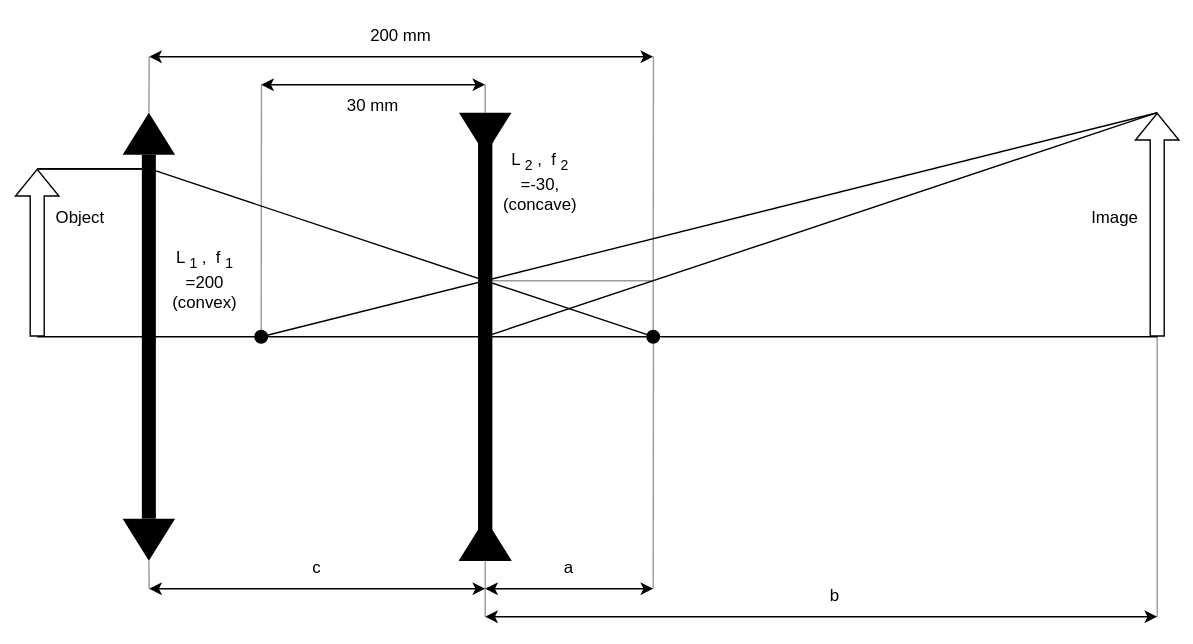
Earlier version of the draw.io export docs/source/images/lenses_diagram.svg (nbaehler/mask-designer). Source tidied: cells renumbered, new cells last; positions are measured from the earlier drawing's top-left corner, leaving out a move shared by most shapes.
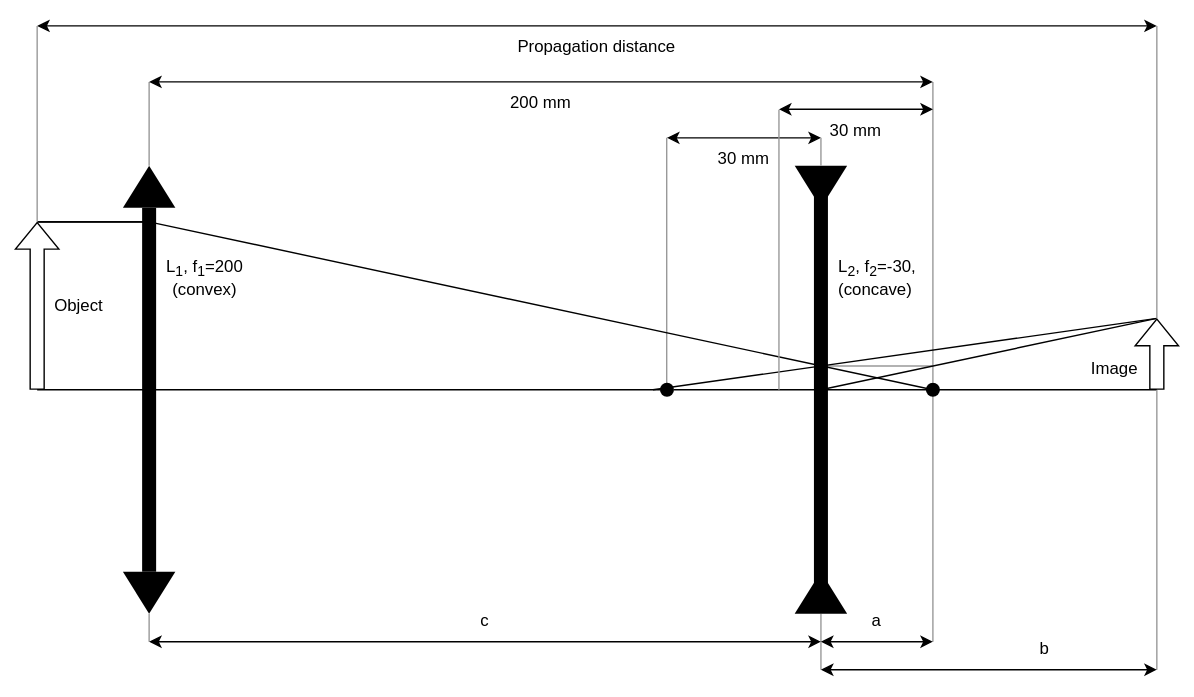
The same diagram one commit later.

Diff of the diagram source:
```diff
@@ -2,10 +2,9 @@
   <root>
     <mxCell id="0" />
     <mxCell id="1" parent="0" />
-    <mxCell id="2" style="endArrow=none;html=1;rounded=0;" parent="1" edge="1">
+    <mxCell id="2" style="endArrow=none;html=1;rounded=0;startArrow=none;" parent="1" edge="1" source="43">
       <mxGeometry relative="1" as="geometry">
-        <mxPoint y="230" as="sourcePoint" />
-        <mxPoint x="435" y="230" as="targetPoint" />
+        <mxPoint x="800" y="230" as="targetPoint" />
       </mxGeometry>
     </mxCell>
     <mxCell id="3" style="shape=flexArrow;endArrow=classic;html=1;rounded=0;" parent="1" edge="1">
@@ -14,9 +13,6 @@
         <mxPoint y="110" as="targetPoint" />
       </mxGeometry>
     </mxCell>
-    <mxCell id="4" style="triangle;whiteSpace=wrap;html=1;direction=north;strokeColor=none;fillColor=#000000;" parent="1" vertex="1">
-      <mxGeometry x="301.2" y="360" width="37.5" height="30" as="geometry" />
-    </mxCell>
     <mxCell id="5" style="endArrow=none;html=1;rounded=0;" parent="1" edge="1">
       <mxGeometry relative="1" as="geometry">
         <mxPoint y="110" as="sourcePoint" />
@@ -25,52 +21,42 @@
     </mxCell>
     <mxCell id="6" style="endArrow=none;html=1;rounded=0;strokeColor=#999999;" parent="1" edge="1">
       <mxGeometry relative="1" as="geometry">
-        <mxPoint x="320" y="190" as="sourcePoint" />
-        <mxPoint x="440" y="190" as="targetPoint" />
+        <mxPoint x="560" y="213" as="sourcePoint" />
+        <mxPoint x="640" y="213" as="targetPoint" />
       </mxGeometry>
     </mxCell>
-    <mxCell id="7" style="endArrow=none;html=1;rounded=0;strokeColor=#999999;" parent="1" edge="1">
-      <mxGeometry relative="1" as="geometry">
-        <mxPoint x="440" y="230" as="sourcePoint" />
-        <mxPoint x="440" y="190" as="targetPoint" />
-      </mxGeometry>
-    </mxCell>
-    <mxCell id="8" style="rounded=0;whiteSpace=wrap;html=1;strokeColor=none;fillColor=#000000;" parent="1" vertex="1">
-      <mxGeometry x="315" y="90" width="10" height="280" as="geometry" />
-    </mxCell>
     <mxCell id="9" value="&lt;div&gt;L&lt;sub&gt;1&lt;/sub&gt;,&amp;nbsp;&lt;span&gt;f&lt;/span&gt;&lt;sub&gt;1&lt;/sub&gt;&lt;span&gt;=200&lt;/span&gt;&lt;/div&gt;&lt;div&gt;&lt;span&gt;(convex)&lt;/span&gt;&lt;/div&gt;" style="text;html=1;strokeColor=none;fillColor=none;align=center;verticalAlign=middle;whiteSpace=wrap;rounded=0;" parent="1" vertex="1">
-      <mxGeometry x="84.8" y="160" width="70" height="60" as="geometry" />
+      <mxGeometry x="85" y="70" width="70" height="160" as="geometry" />
     </mxCell>
-    <mxCell id="10" value="&lt;div&gt;L&lt;sub&gt;2&lt;/sub&gt;,&amp;nbsp;&lt;span&gt;f&lt;/span&gt;&lt;sub&gt;2&lt;/sub&gt;&lt;span&gt;=-75,&lt;/span&gt;&lt;/div&gt;&lt;div align=&quot;left&quot;&gt;&lt;span style=&quot;text-align: center&quot;&gt;(concave)&lt;/span&gt;&lt;/div&gt;" style="text;html=1;strokeColor=none;fillColor=none;align=center;verticalAlign=middle;whiteSpace=wrap;rounded=0;" parent="1" vertex="1">
-      <mxGeometry x="325" y="90" width="69" height="60" as="geometry" />
+    <mxCell id="10" value="&lt;div&gt;L&lt;sub&gt;2&lt;/sub&gt;,&amp;nbsp;&lt;span&gt;f&lt;/span&gt;&lt;sub&gt;2&lt;/sub&gt;&lt;span&gt;=-30,&lt;/span&gt;&lt;/div&gt;&lt;div align=&quot;left&quot;&gt;&lt;span style=&quot;text-align: center&quot;&gt;(concave)&lt;/span&gt;&lt;/div&gt;" style="text;html=1;strokeColor=none;fillColor=none;align=center;verticalAlign=middle;whiteSpace=wrap;rounded=0;" parent="1" vertex="1">
+      <mxGeometry x="565.5" y="70" width="69" height="160" as="geometry" />
     </mxCell>
     <mxCell id="11" value="200&amp;nbsp;mm" style="text;html=1;strokeColor=none;fillColor=none;align=center;verticalAlign=middle;whiteSpace=wrap;rounded=0;" parent="1" vertex="1">
-      <mxGeometry x="230" width="60" height="30" as="geometry" />
+      <mxGeometry x="320" y="10" width="80" height="30" as="geometry" />
     </mxCell>
-    <mxCell id="12" value="75 mm" style="text;html=1;strokeColor=none;fillColor=none;align=center;verticalAlign=middle;whiteSpace=wrap;rounded=0;" parent="1" vertex="1">
-      <mxGeometry x="210" y="50" width="60" height="30" as="geometry" />
+    <mxCell id="12" value="30 mm" style="text;html=1;strokeColor=none;fillColor=none;align=center;verticalAlign=middle;whiteSpace=wrap;rounded=0;" parent="1" vertex="1">
+      <mxGeometry x="470" y="50" width="70" height="30" as="geometry" />
     </mxCell>
     <mxCell id="13" style="endArrow=none;html=1;rounded=0;strokeColor=#999999;" parent="1" edge="1" target="26">
       <mxGeometry relative="1" as="geometry">
-        <mxPoint x="80" y="30" as="sourcePoint" />
+        <mxPoint x="80" y="10" as="sourcePoint" />
       </mxGeometry>
     </mxCell>
     <mxCell id="14" style="endArrow=none;html=1;rounded=0;strokeColor=#999999;" parent="1" edge="1">
       <mxGeometry relative="1" as="geometry">
-        <mxPoint x="160.2" y="50" as="sourcePoint" />
-        <mxPoint x="160" y="230" as="targetPoint" />
+        <mxPoint x="449.8" y="50" as="sourcePoint" />
+        <mxPoint x="449.8" y="230" as="targetPoint" />
       </mxGeometry>
     </mxCell>
-    <mxCell id="15" style="endArrow=none;html=1;rounded=0;strokeColor=#999999;" parent="1" edge="1">
+    <mxCell id="15" style="endArrow=none;html=1;rounded=0;strokeColor=#999999;" parent="1" edge="1" target="44">
       <mxGeometry relative="1" as="geometry">
-        <mxPoint x="440.2" y="30" as="sourcePoint" />
-        <mxPoint x="440" y="190" as="targetPoint" />
+        <mxPoint x="640" y="10" as="sourcePoint" />
       </mxGeometry>
     </mxCell>
     <mxCell id="16" style="endArrow=none;html=1;rounded=0;strokeColor=#999999;" parent="1" edge="1">
       <mxGeometry relative="1" as="geometry">
-        <mxPoint x="440.2" y="230" as="sourcePoint" />
-        <mxPoint x="440" y="410" as="targetPoint" />
+        <mxPoint x="640" y="230" as="sourcePoint" />
+        <mxPoint x="640" y="410" as="targetPoint" />
       </mxGeometry>
     </mxCell>
     <mxCell id="17" style="endArrow=none;html=1;rounded=0;strokeColor=#999999;" parent="1" edge="1">
@@ -79,21 +65,18 @@
         <mxPoint x="800" y="430" as="targetPoint" />
       </mxGeometry>
     </mxCell>
-    <mxCell id="18" style="endArrow=none;html=1;rounded=0;strokeColor=#999999;exitX=1;exitY=0.5;exitDx=0;exitDy=0;" parent="1" edge="1" source="27">
+    <mxCell id="18" style="endArrow=none;html=1;rounded=0;strokeColor=#999999;" parent="1" edge="1">
       <mxGeometry relative="1" as="geometry">
+        <mxPoint x="80" y="390" as="sourcePoint" />
         <mxPoint x="80" y="410" as="targetPoint" />
       </mxGeometry>
     </mxCell>
-    <mxCell id="19" style="endArrow=none;html=1;rounded=0;strokeColor=#999999;exitX=0;exitY=0.5;exitDx=0;exitDy=0;" parent="1" edge="1" source="4">
+    <mxCell id="19" style="endArrow=none;html=1;rounded=0;strokeColor=#999999;exitX=0;exitY=0.5;exitDx=0;exitDy=0;" parent="1" edge="1">
       <mxGeometry relative="1" as="geometry">
-        <mxPoint x="320" y="430" as="targetPoint" />
+        <mxPoint x="560" y="390" as="sourcePoint" />
+        <mxPoint x="560" y="430" as="targetPoint" />
       </mxGeometry>
     </mxCell>
-    <mxCell id="20" style="endArrow=none;html=1;rounded=0;strokeColor=#999999;entryX=0;entryY=0.5;entryDx=0;entryDy=0;" parent="1" edge="1" target="29">
-      <mxGeometry relative="1" as="geometry">
-        <mxPoint x="320" y="50" as="sourcePoint" />
-      </mxGeometry>
-    </mxCell>
     <mxCell id="21" style="endArrow=none;html=1;rounded=0;" parent="1" edge="1">
       <mxGeometry relative="1" as="geometry">
         <mxPoint x="1" y="110" as="sourcePoint" />
@@ -103,110 +86,146 @@
     <mxCell id="22" style="endArrow=none;html=1;rounded=0;" parent="1" edge="1">
       <mxGeometry relative="1" as="geometry">
         <mxPoint x="80" y="110" as="sourcePoint" />
-        <mxPoint x="440" y="230" as="targetPoint" />
+        <mxPoint x="640" y="230" as="targetPoint" />
       </mxGeometry>
     </mxCell>
     <mxCell id="23" style="endArrow=none;html=1;rounded=0;" parent="1" edge="1">
       <mxGeometry relative="1" as="geometry">
-        <mxPoint x="160" y="230" as="sourcePoint" />
-        <mxPoint x="800" y="70" as="targetPoint" />
+        <mxPoint x="440" y="230" as="sourcePoint" />
+        <mxPoint x="800" y="179" as="targetPoint" />
       </mxGeometry>
     </mxCell>
     <mxCell id="24" style="endArrow=none;html=1;rounded=0;" parent="1" edge="1">
       <mxGeometry relative="1" as="geometry">
-        <mxPoint x="320" y="230" as="sourcePoint" />
-        <mxPoint x="800" y="70" as="targetPoint" />
+        <mxPoint x="560" y="230" as="sourcePoint" />
+        <mxPoint x="800" y="179" as="targetPoint" />
       </mxGeometry>
     </mxCell>
     <mxCell id="25" style="endArrow=none;html=1;rounded=0;" parent="1" edge="1">
       <mxGeometry relative="1" as="geometry">
-        <mxPoint x="1" y="110" as="sourcePoint" />
-        <mxPoint x="81" y="110" as="targetPoint" />
+        <mxPoint y="110" as="sourcePoint" />
+        <mxPoint x="80" y="110" as="targetPoint" />
       </mxGeometry>
     </mxCell>
     <mxCell id="26" style="triangle;whiteSpace=wrap;html=1;direction=north;fillColor=#000000;strokeColor=none;" parent="1" vertex="1">
-      <mxGeometry x="61" y="70" width="37.5" height="30" as="geometry" />
+      <mxGeometry x="61.2" y="70" width="37.5" height="30" as="geometry" />
     </mxCell>
     <mxCell id="27" style="triangle;whiteSpace=wrap;html=1;direction=south;fillColor=#000000;strokeColor=none;" parent="1" vertex="1">
-      <mxGeometry x="61" y="360" width="37.5" height="30" as="geometry" />
+      <mxGeometry x="61.2" y="360" width="37.5" height="30" as="geometry" />
     </mxCell>
-    <mxCell id="28" style="triangle;whiteSpace=wrap;html=1;direction=north;strokeColor=none;fillColor=#000000;" parent="1" vertex="1">
-      <mxGeometry x="301.2" y="360" width="37.5" height="30" as="geometry" />
-    </mxCell>
     <mxCell id="29" style="triangle;whiteSpace=wrap;html=1;direction=south;strokeColor=none;fillColor=#000000;" parent="1" vertex="1">
-      <mxGeometry x="301.2" y="70" width="37.5" height="30" as="geometry" />
+      <mxGeometry x="541.2" y="70" width="37.5" height="30" as="geometry" />
     </mxCell>
     <mxCell id="30" style="triangle;whiteSpace=wrap;html=1;direction=north;strokeColor=none;fillColor=#000000;" parent="1" vertex="1">
-      <mxGeometry x="301.2" y="360" width="37.5" height="30" as="geometry" />
+      <mxGeometry x="541.2" y="360" width="37.5" height="30" as="geometry" />
     </mxCell>
     <mxCell id="31" style="rounded=0;whiteSpace=wrap;html=1;strokeColor=none;fillColor=#000000;" parent="1" vertex="1">
-      <mxGeometry x="315" y="90" width="10" height="280" as="geometry" />
+      <mxGeometry x="555" y="90" width="10" height="280" as="geometry" />
     </mxCell>
     <mxCell id="32" style="endArrow=classic;startArrow=classic;html=1;rounded=0;" parent="1" edge="1">
       <mxGeometry relative="1" as="geometry">
-        <mxPoint x="80" y="30" as="sourcePoint" />
-        <mxPoint x="440" y="30" as="targetPoint" />
+        <mxPoint x="80" y="10" as="sourcePoint" />
+        <mxPoint x="640" y="10" as="targetPoint" />
       </mxGeometry>
     </mxCell>
     <mxCell id="33" style="endArrow=classic;startArrow=classic;html=1;rounded=0;" parent="1" edge="1">
       <mxGeometry relative="1" as="geometry">
-        <mxPoint x="160" y="50" as="sourcePoint" />
-        <mxPoint x="320" y="50" as="targetPoint" />
+        <mxPoint x="450" y="50" as="sourcePoint" />
+        <mxPoint x="560" y="50" as="targetPoint" />
       </mxGeometry>
     </mxCell>
     <mxCell id="34" style="endArrow=classic;startArrow=classic;html=1;rounded=0;" parent="1" edge="1">
       <mxGeometry relative="1" as="geometry">
         <mxPoint x="80" y="410" as="sourcePoint" />
-        <mxPoint x="320" y="410" as="targetPoint" />
+        <mxPoint x="560" y="410" as="targetPoint" />
       </mxGeometry>
     </mxCell>
     <mxCell id="35" style="endArrow=classic;startArrow=classic;html=1;rounded=0;" parent="1" edge="1">
       <mxGeometry relative="1" as="geometry">
-        <mxPoint x="320" y="410" as="sourcePoint" />
-        <mxPoint x="440" y="410" as="targetPoint" />
+        <mxPoint x="560" y="410" as="sourcePoint" />
+        <mxPoint x="640" y="410" as="targetPoint" />
       </mxGeometry>
     </mxCell>
     <mxCell id="36" style="endArrow=classic;startArrow=classic;html=1;rounded=0;" parent="1" edge="1">
       <mxGeometry relative="1" as="geometry">
-        <mxPoint x="320" y="430" as="sourcePoint" />
+        <mxPoint x="560" y="430" as="sourcePoint" />
         <mxPoint x="800" y="430" as="targetPoint" />
       </mxGeometry>
     </mxCell>
     <mxCell id="37" value="a" style="text;html=1;strokeColor=none;fillColor=none;align=center;verticalAlign=middle;whiteSpace=wrap;rounded=0;" parent="1" vertex="1">
-      <mxGeometry x="350" y="380" width="60" height="30" as="geometry" />
+      <mxGeometry x="570" y="380" width="60" height="30" as="geometry" />
     </mxCell>
     <mxCell id="38" value="b" style="text;html=1;strokeColor=none;fillColor=none;align=center;verticalAlign=middle;whiteSpace=wrap;rounded=0;" parent="1" vertex="1">
-      <mxGeometry x="540" y="400" width="60" height="30" as="geometry" />
+      <mxGeometry x="690" y="400" width="60" height="30" as="geometry" />
     </mxCell>
     <mxCell id="39" value="c" style="text;html=1;strokeColor=none;fillColor=none;align=center;verticalAlign=middle;whiteSpace=wrap;rounded=0;" parent="1" vertex="1">
-      <mxGeometry x="170" y="380" width="60" height="30" as="geometry" />
+      <mxGeometry x="290" y="380" width="60" height="30" as="geometry" />
     </mxCell>
-    <mxCell id="40" style="endArrow=none;html=1;rounded=0;startArrow=none;" parent="1" edge="1">
-      <mxGeometry relative="1" as="geometry">
-        <mxPoint x="445" y="230" as="sourcePoint" />
-        <mxPoint x="800" y="230" as="targetPoint" />
-      </mxGeometry>
-    </mxCell>
     <mxCell id="41" value="&lt;div&gt;Image&lt;/div&gt;" style="text;html=1;strokeColor=none;fillColor=none;align=center;verticalAlign=middle;whiteSpace=wrap;rounded=0;" parent="1" vertex="1">
-      <mxGeometry x="740" y="130" width="60" height="30" as="geometry" />
+      <mxGeometry x="740" y="200" width="60" height="30" as="geometry" />
     </mxCell>
-    <mxCell id="42" style="shape=flexArrow;endArrow=classic;html=1;rounded=0;fillColor=none;" parent="1" edge="1">
+    <mxCell id="42" style="shape=flexArrow;endArrow=classic;html=1;rounded=0;fillColor=none;width=10;" parent="1" edge="1">
       <mxGeometry relative="1" as="geometry">
         <mxPoint x="800" y="230" as="sourcePoint" />
-        <mxPoint x="800" y="70" as="targetPoint" />
+        <mxPoint x="800" y="179" as="targetPoint" />
       </mxGeometry>
     </mxCell>
-    <mxCell id="43" style="ellipse;whiteSpace=wrap;html=1;fillColor=#000000;strokeColor=none;" parent="1" vertex="1">
-      <mxGeometry x="155" y="225" width="10" height="10" as="geometry" />
-    </mxCell>
     <mxCell id="44" style="ellipse;whiteSpace=wrap;html=1;fillColor=#000000;strokeColor=none;" parent="1" vertex="1">
-      <mxGeometry x="435" y="225" width="10" height="10" as="geometry" />
+      <mxGeometry x="635" y="225" width="10" height="10" as="geometry" />
     </mxCell>
     <mxCell id="45" style="rounded=0;whiteSpace=wrap;html=1;fillColor=#000000;strokeColor=none;" parent="1" vertex="1">
-      <mxGeometry x="74.8" y="100" width="10" height="260" as="geometry" />
+      <mxGeometry x="75" y="100" width="10" height="260" as="geometry" />
     </mxCell>
     <mxCell id="46" value="&lt;div&gt;Object&lt;/div&gt;" style="text;html=1;strokeColor=none;fillColor=none;align=center;verticalAlign=middle;whiteSpace=wrap;rounded=0;" parent="1" vertex="1">
-      <mxGeometry x="1" y="130" width="60" height="30" as="geometry" />
+      <mxGeometry y="110" width="60" height="120" as="geometry" />
     </mxCell>
+    <mxCell id="47" style="endArrow=classic;startArrow=classic;html=1;rounded=0;" parent="1" edge="1">
+      <mxGeometry relative="1" as="geometry">
+        <mxPoint y="-30" as="sourcePoint" />
+        <mxPoint x="800" y="-30" as="targetPoint" />
+      </mxGeometry>
+    </mxCell>
+    <mxCell id="48" value="Propagation distance" style="text;html=1;strokeColor=none;fillColor=none;align=center;verticalAlign=middle;whiteSpace=wrap;rounded=0;" parent="1" vertex="1">
+      <mxGeometry x="320" y="-30" width="160" height="30" as="geometry" />
+    </mxCell>
+    <mxCell id="49" style="endArrow=none;html=1;rounded=0;strokeColor=#999999;entryX=0;entryY=0.5;entryDx=0;entryDy=0;" parent="1" edge="1" target="29">
+      <mxGeometry relative="1" as="geometry">
+        <mxPoint x="560" y="50" as="sourcePoint" />
+      </mxGeometry>
+    </mxCell>
+    <mxCell id="50" style="endArrow=none;html=1;rounded=0;strokeColor=#999999;" parent="1" edge="1">
+      <mxGeometry relative="1" as="geometry">
+        <mxPoint x="800" y="-30" as="sourcePoint" />
+        <mxPoint x="800" y="179" as="targetPoint" />
+      </mxGeometry>
+    </mxCell>
+    <mxCell id="43" style="ellipse;whiteSpace=wrap;html=1;fillColor=#000000;strokeColor=none;" parent="1" vertex="1">
+      <mxGeometry x="445" y="225" width="10" height="10" as="geometry" />
+    </mxCell>
+    <mxCell id="51" style="endArrow=none;html=1;rounded=0;" parent="1" edge="1" target="43">
+      <mxGeometry relative="1" as="geometry">
+        <mxPoint y="230" as="sourcePoint" />
+      </mxGeometry>
+    </mxCell>
+    <mxCell id="52" style="endArrow=none;html=1;rounded=0;strokeColor=#999999;" parent="1" edge="1">
+      <mxGeometry relative="1" as="geometry">
+        <mxPoint y="-30" as="sourcePoint" />
+        <mxPoint y="110" as="targetPoint" />
+      </mxGeometry>
+    </mxCell>
+    <mxCell id="53" style="endArrow=none;html=1;rounded=0;strokeColor=#999999;exitX=0;exitY=0;exitDx=0;exitDy=0;" parent="1" edge="1" source="54">
+      <mxGeometry relative="1" as="geometry">
+        <mxPoint x="530" y="230" as="targetPoint" />
+      </mxGeometry>
+    </mxCell>
+    <mxCell id="54" value="30 mm" style="text;html=1;strokeColor=none;fillColor=none;align=center;verticalAlign=middle;whiteSpace=wrap;rounded=0;" parent="1" vertex="1">
+      <mxGeometry x="530" y="30" width="110" height="30" as="geometry" />
+    </mxCell>
+    <mxCell id="55" style="endArrow=classic;startArrow=classic;html=1;rounded=0;" parent="1" edge="1">
+      <mxGeometry relative="1" as="geometry">
+        <mxPoint x="530" y="29.6" as="sourcePoint" />
+        <mxPoint x="640" y="29.6" as="targetPoint" />
+      </mxGeometry>
+    </mxCell>
   </root>
 </mxGraphModel>
```
